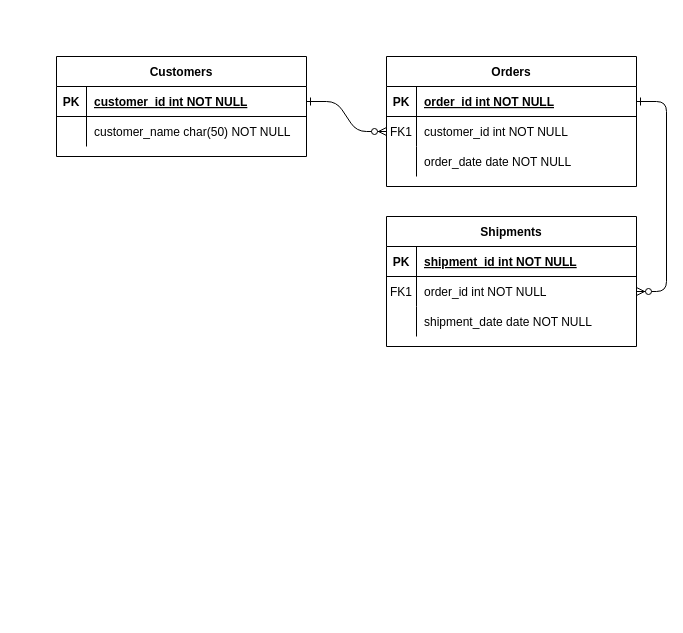
Before: Reservation.drawio in PenPeen/reservation, a draw.io diagram. Source tidied: cells renumbered, new cells numbered last; positions are measured from the earlier drawing's top-left corner, leaving out a move shared by most shapes. Both pictures are drawn from the tidied source at 100%, with x=0, y=0 at pixel (56, 56).
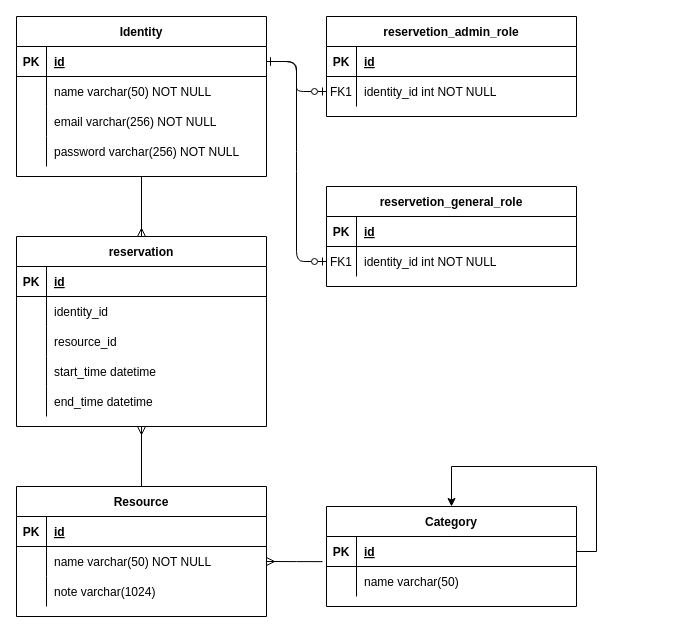
After the change.

Commit message:
:sparkles: ERD作成

Unchanged cells that the change refers to:
```xml
<mxCell id="5" style="shape=partialRectangle;fillColor=none;points=[[0,0.5],[1,0.5]];portConstraint=eastwest;top=0;left=0;right=0;bottom=1;" parent="4" vertex="1">
  <mxGeometry y="30" width="250" height="30" as="geometry" />
</mxCell>
<mxCell id="8" style="shape=partialRectangle;fillColor=none;points=[[0,0.5],[1,0.5]];portConstraint=eastwest;top=0;left=0;right=0;bottom=0;" parent="4" vertex="1">
  <mxGeometry y="60" width="250" height="30" as="geometry" />
</mxCell>
<mxCell id="15" style="shape=partialRectangle;fillColor=none;top=0;left=0;right=0;bottom=1;" parent="14" vertex="1">
  <mxGeometry y="30" width="250" height="30" as="geometry" />
</mxCell>
<mxCell id="18" style="shape=partialRectangle;fillColor=none;points=[[0,0.5],[1,0.5]];portConstraint=eastwest;top=0;left=0;right=0;bottom=0;" parent="14" vertex="1">
  <mxGeometry y="60" width="250" height="30" as="geometry" />
</mxCell>
<mxCell id="25" style="shape=partialRectangle;fillColor=none;points=[[0,0.5],[1,0.5]];portConstraint=eastwest;top=0;left=0;right=0;bottom=1;" parent="24" vertex="1">
  <mxGeometry y="30" width="250" height="30" as="geometry" />
</mxCell>
<mxCell id="28" style="shape=partialRectangle;fillColor=none;top=0;left=0;right=0;bottom=0;" parent="24" vertex="1">
  <mxGeometry y="60" width="250" height="30" as="geometry" />
</mxCell>
```

The edit, as a diff of the source:
```diff
@@
+    <mxCell id="31" style="edgeStyle=orthogonalEdgeStyle;rounded=0;jettySize=auto;html=1;exitX=1;exitY=0.5;exitDx=0;exitDy=0;entryX=0.5;entryY=0;entryDx=0;entryDy=0;" parent="1" edge="1" source="68" target="67">
+      <mxGeometry relative="1" as="geometry">
+        <Array as="points">
+          <mxPoint x="540" y="495" />
+          <mxPoint x="540" y="410" />
+          <mxPoint x="395" y="410" />
+        </Array>
+      </mxGeometry>
+    </mxCell>
-    <mxCell id="2" style="edgeStyle=entityRelationEdgeStyle;endArrow=ERzeroToMany;startArrow=ERone;endFill=1;startFill=0;" parent="1" edge="1" source="25" target="8">
+    <mxCell id="2" style="edgeStyle=entityRelationEdgeStyle;endArrow=ERzeroToOne;startArrow=ERone;endFill=0;startFill=0;" parent="1" edge="1" source="25" target="8">
       <mxGeometry relative="1" as="geometry" />
     </mxCell>
-    <mxCell id="3" style="edgeStyle=entityRelationEdgeStyle;endArrow=ERzeroToMany;startArrow=ERone;endFill=1;startFill=0;" parent="1" edge="1" source="5" target="18">
-      <mxGeometry relative="1" as="geometry" />
-    </mxCell>
-    <mxCell id="4" value="Orders" style="shape=table;startSize=30;childLayout=tableLayout;rowLines=0;fontStyle=1;align=center;" parent="1" vertex="1">
-      <mxGeometry x="330" width="250" height="130" as="geometry" />
+    <mxCell id="4" value="reservetion_admin_role" style="shape=table;startSize=30;childLayout=tableLayout;rowLines=0;fontStyle=1;align=center;" parent="1" vertex="1">
+      <mxGeometry x="270" y="-40" width="250" height="100" as="geometry" />
     </mxCell>
@@
-    <mxCell id="7" value="order_id int NOT NULL " style="shape=partialRectangle;overflow=hidden;fillColor=none;top=0;left=0;bottom=0;right=0;align=left;spacingLeft=6;fontStyle=5;" parent="5" vertex="1">
+    <mxCell id="7" value="id" style="shape=partialRectangle;overflow=hidden;fillColor=none;top=0;left=0;bottom=0;right=0;align=left;spacingLeft=6;fontStyle=5;" parent="5" vertex="1">
       <mxGeometry x="30" width="220" height="30" as="geometry" />
     </mxCell>
@@
-    <mxCell id="10" value="customer_id int NOT NULL" style="shape=partialRectangle;overflow=hidden;fillColor=none;top=0;left=0;bottom=0;right=0;align=left;spacingLeft=6;" parent="8" vertex="1">
+    <mxCell id="10" value="identity_id int NOT NULL" style="shape=partialRectangle;overflow=hidden;fillColor=none;top=0;left=0;bottom=0;right=0;align=left;spacingLeft=6;" parent="8" vertex="1">
       <mxGeometry x="30" width="220" height="30" as="geometry" />
     </mxCell>
-    <mxCell id="11" style="shape=partialRectangle;fillColor=none;top=0;left=0;right=0;bottom=0;" parent="4" vertex="1">
-      <mxGeometry y="90" width="250" height="30" as="geometry" />
-    </mxCell>
-    <mxCell id="12" style="shape=partialRectangle;overflow=hidden;fillColor=none;top=0;left=0;bottom=0;right=0;" parent="11" vertex="1">
-      <mxGeometry width="30" height="30" as="geometry" />
-    </mxCell>
-    <mxCell id="13" value="order_date date NOT NULL" style="shape=partialRectangle;overflow=hidden;fillColor=none;top=0;left=0;bottom=0;right=0;align=left;spacingLeft=6;" parent="11" vertex="1">
-      <mxGeometry x="30" width="220" height="30" as="geometry" />
-    </mxCell>
-    <mxCell id="14" value="Shipments" style="shape=table;startSize=30;childLayout=tableLayout;rowLines=0;fontStyle=1;align=center;" parent="1" vertex="1">
-      <mxGeometry x="330" y="160" width="250" height="130" as="geometry" />
+    <mxCell id="14" value="reservetion_general_role" style="shape=table;startSize=30;childLayout=tableLayout;rowLines=0;fontStyle=1;align=center;" parent="1" vertex="1">
+      <mxGeometry x="270" y="130" width="250" height="100" as="geometry" />
     </mxCell>
@@
-    <mxCell id="17" value="shipment_id int NOT NULL " style="shape=partialRectangle;overflow=hidden;fillColor=none;top=0;left=0;bottom=0;right=0;align=left;spacingLeft=6;fontStyle=5;" parent="15" vertex="1">
+    <mxCell id="17" value="id" style="shape=partialRectangle;overflow=hidden;fillColor=none;top=0;left=0;bottom=0;right=0;align=left;spacingLeft=6;fontStyle=5;" parent="15" vertex="1">
       <mxGeometry x="30" width="220" height="30" as="geometry" />
     </mxCell>
@@
-    <mxCell id="20" value="order_id int NOT NULL" style="shape=partialRectangle;overflow=hidden;fillColor=none;top=0;left=0;bottom=0;right=0;align=left;spacingLeft=6;" parent="18" vertex="1">
+    <mxCell id="20" value="identity_id int NOT NULL" style="shape=partialRectangle;overflow=hidden;fillColor=none;top=0;left=0;bottom=0;right=0;align=left;spacingLeft=6;" parent="18" vertex="1">
       <mxGeometry x="30" width="220" height="30" as="geometry" />
     </mxCell>
-    <mxCell id="21" style="shape=partialRectangle;fillColor=none;top=0;left=0;right=0;bottom=0;" parent="14" vertex="1">
-      <mxGeometry y="90" width="250" height="30" as="geometry" />
-    </mxCell>
-    <mxCell id="22" style="shape=partialRectangle;overflow=hidden;fillColor=none;top=0;left=0;bottom=0;right=0;" parent="21" vertex="1">
-      <mxGeometry width="30" height="30" as="geometry" />
-    </mxCell>
-    <mxCell id="23" value="shipment_date date NOT NULL" style="shape=partialRectangle;overflow=hidden;fillColor=none;top=0;left=0;bottom=0;right=0;align=left;spacingLeft=6;" parent="21" vertex="1">
-      <mxGeometry x="30" width="220" height="30" as="geometry" />
-    </mxCell>
+    <mxCell id="32" style="edgeStyle=orthogonalEdgeStyle;rounded=0;jettySize=auto;html=1;exitX=0.5;exitY=1;exitDx=0;exitDy=0;entryX=0.5;entryY=0;entryDx=0;entryDy=0;endArrow=ERmany;endFill=0;" parent="1" edge="1" source="24" target="50">
+      <mxGeometry relative="1" as="geometry" />
+    </mxCell>
-    <mxCell id="24" value="Customers" style="shape=table;startSize=30;childLayout=tableLayout;rowLines=0;fontStyle=1;align=center;" parent="1" vertex="1">
-      <mxGeometry width="250" height="100" as="geometry" />
+    <mxCell id="24" value="Identity" style="shape=table;startSize=30;childLayout=tableLayout;rowLines=0;fontStyle=1;align=center;" parent="1" vertex="1">
+      <mxGeometry x="-40" y="-40" width="250" height="160" as="geometry" />
     </mxCell>
@@
-    <mxCell id="27" value="customer_id int NOT NULL " style="shape=partialRectangle;overflow=hidden;fillColor=none;top=0;left=0;bottom=0;right=0;align=left;spacingLeft=6;fontStyle=5;" parent="25" vertex="1">
+    <mxCell id="27" value="id" style="shape=partialRectangle;overflow=hidden;fillColor=none;top=0;left=0;bottom=0;right=0;align=left;spacingLeft=6;fontStyle=5;" parent="25" vertex="1">
       <mxGeometry x="30" width="220" height="30" as="geometry" />
     </mxCell>
@@
-    <mxCell id="30" value="customer_name char(50) NOT NULL" style="shape=partialRectangle;overflow=hidden;fillColor=none;top=0;left=0;bottom=0;right=0;align=left;spacingLeft=6;" parent="28" vertex="1">
+    <mxCell id="30" value="name varchar(50) NOT NULL" style="shape=partialRectangle;overflow=hidden;fillColor=none;top=0;left=0;bottom=0;right=0;align=left;spacingLeft=6;" parent="28" vertex="1">
       <mxGeometry x="30" width="220" height="30" as="geometry" />
     </mxCell>
+    <mxCell id="33" style="shape=partialRectangle;fillColor=none;top=0;left=0;right=0;bottom=0;" parent="24" vertex="1">
+      <mxGeometry y="90" width="250" height="30" as="geometry" />
+    </mxCell>
+    <mxCell id="34" style="shape=partialRectangle;overflow=hidden;fillColor=none;top=0;left=0;bottom=0;right=0;" parent="33" vertex="1">
+      <mxGeometry width="30" height="30" as="geometry" />
+    </mxCell>
+    <mxCell id="35" value="email varchar(256) NOT NULL" style="shape=partialRectangle;overflow=hidden;fillColor=none;top=0;left=0;bottom=0;right=0;align=left;spacingLeft=6;" parent="33" vertex="1">
+      <mxGeometry x="30" width="220" height="30" as="geometry" />
+    </mxCell>
+    <mxCell id="36" style="shape=partialRectangle;fillColor=none;top=0;left=0;right=0;bottom=0;" parent="24" vertex="1">
+      <mxGeometry y="120" width="250" height="30" as="geometry" />
+    </mxCell>
+    <mxCell id="37" style="shape=partialRectangle;overflow=hidden;fillColor=none;top=0;left=0;bottom=0;right=0;" parent="36" vertex="1">
+      <mxGeometry width="30" height="30" as="geometry" />
+    </mxCell>
+    <mxCell id="38" value="password varchar(256) NOT NULL" style="shape=partialRectangle;overflow=hidden;fillColor=none;top=0;left=0;bottom=0;right=0;align=left;spacingLeft=6;" parent="36" vertex="1">
+      <mxGeometry x="30" width="220" height="30" as="geometry" />
+    </mxCell>
+    <mxCell id="39" style="edgeStyle=entityRelationEdgeStyle;endArrow=ERzeroToOne;startArrow=ERone;endFill=0;startFill=0;exitX=1;exitY=0.5;exitDx=0;exitDy=0;entryX=0;entryY=0.5;entryDx=0;entryDy=0;" parent="1" edge="1" source="25" target="18">
+      <mxGeometry relative="1" as="geometry" />
+    </mxCell>
+    <mxCell id="40" value="Resource" style="shape=table;startSize=30;childLayout=tableLayout;rowLines=0;fontStyle=1;align=center;" parent="1" vertex="1">
+      <mxGeometry x="-40" y="430" width="250" height="130" as="geometry" />
+    </mxCell>
+    <mxCell id="41" style="shape=partialRectangle;fillColor=none;top=0;left=0;right=0;bottom=1;" parent="40" vertex="1">
+      <mxGeometry y="30" width="250" height="30" as="geometry" />
+    </mxCell>
+    <mxCell id="42" value="PK" style="shape=partialRectangle;overflow=hidden;fillColor=none;top=0;left=0;bottom=0;right=0;fontStyle=1;" parent="41" vertex="1">
+      <mxGeometry width="30" height="30" as="geometry" />
+    </mxCell>
+    <mxCell id="43" value="id" style="shape=partialRectangle;overflow=hidden;fillColor=none;top=0;left=0;bottom=0;right=0;align=left;spacingLeft=6;fontStyle=5;" parent="41" vertex="1">
+      <mxGeometry x="30" width="220" height="30" as="geometry" />
+    </mxCell>
+    <mxCell id="44" style="shape=partialRectangle;fillColor=none;points=[[0,0.5],[1,0.5]];portConstraint=eastwest;top=0;left=0;right=0;bottom=0;" parent="40" vertex="1">
+      <mxGeometry y="60" width="250" height="30" as="geometry" />
+    </mxCell>
+    <mxCell id="45" style="shape=partialRectangle;overflow=hidden;fillColor=none;top=0;left=0;bottom=0;right=0;" parent="44" vertex="1">
+      <mxGeometry width="30" height="30" as="geometry" />
+    </mxCell>
+    <mxCell id="46" value="name varchar(50) NOT NULL" style="shape=partialRectangle;overflow=hidden;fillColor=none;top=0;left=0;bottom=0;right=0;align=left;spacingLeft=6;" parent="44" vertex="1">
+      <mxGeometry x="30" width="220" height="30" as="geometry" />
+    </mxCell>
+    <mxCell id="47" style="shape=partialRectangle;fillColor=none;top=0;left=0;right=0;bottom=0;" parent="40" vertex="1">
+      <mxGeometry y="90" width="250" height="30" as="geometry" />
+    </mxCell>
+    <mxCell id="48" style="shape=partialRectangle;overflow=hidden;fillColor=none;top=0;left=0;bottom=0;right=0;" parent="47" vertex="1">
+      <mxGeometry width="30" height="30" as="geometry" />
+    </mxCell>
+    <mxCell id="49" value="note varchar(1024) " style="shape=partialRectangle;overflow=hidden;fillColor=none;top=0;left=0;bottom=0;right=0;align=left;spacingLeft=6;" parent="47" vertex="1">
+      <mxGeometry x="30" width="220" height="30" as="geometry" />
+    </mxCell>
+    <mxCell id="50" value="reservation" style="shape=table;startSize=30;childLayout=tableLayout;rowLines=0;fontStyle=1;align=center;" parent="1" vertex="1">
+      <mxGeometry x="-40" y="180" width="250" height="190" as="geometry" />
+    </mxCell>
+    <mxCell id="51" style="shape=partialRectangle;fillColor=none;top=0;left=0;right=0;bottom=1;" parent="50" vertex="1">
+      <mxGeometry y="30" width="250" height="30" as="geometry" />
+    </mxCell>
+    <mxCell id="52" value="PK" style="shape=partialRectangle;overflow=hidden;fillColor=none;top=0;left=0;bottom=0;right=0;fontStyle=1;" parent="51" vertex="1">
+      <mxGeometry width="30" height="30" as="geometry" />
+    </mxCell>
+    <mxCell id="53" value="id" style="shape=partialRectangle;overflow=hidden;fillColor=none;top=0;left=0;bottom=0;right=0;align=left;spacingLeft=6;fontStyle=5;" parent="51" vertex="1">
+      <mxGeometry x="30" width="220" height="30" as="geometry" />
+    </mxCell>
+    <mxCell id="54" style="shape=partialRectangle;fillColor=none;top=0;left=0;right=0;bottom=0;" parent="50" vertex="1">
+      <mxGeometry y="60" width="250" height="30" as="geometry" />
+    </mxCell>
+    <mxCell id="55" style="shape=partialRectangle;overflow=hidden;fillColor=none;top=0;left=0;bottom=0;right=0;" parent="54" vertex="1">
+      <mxGeometry width="30" height="30" as="geometry" />
+    </mxCell>
+    <mxCell id="56" value="identity_id" style="shape=partialRectangle;overflow=hidden;fillColor=none;top=0;left=0;bottom=0;right=0;align=left;spacingLeft=6;" parent="54" vertex="1">
+      <mxGeometry x="30" width="220" height="30" as="geometry" />
+    </mxCell>
+    <mxCell id="57" style="shape=partialRectangle;fillColor=none;top=0;left=0;right=0;bottom=0;" parent="50" vertex="1">
+      <mxGeometry y="90" width="250" height="30" as="geometry" />
+    </mxCell>
+    <mxCell id="58" style="shape=partialRectangle;overflow=hidden;fillColor=none;top=0;left=0;bottom=0;right=0;" parent="57" vertex="1">
+      <mxGeometry width="30" height="30" as="geometry" />
+    </mxCell>
+    <mxCell id="59" value="resource_id" style="shape=partialRectangle;overflow=hidden;fillColor=none;top=0;left=0;bottom=0;right=0;align=left;spacingLeft=6;" parent="57" vertex="1">
+      <mxGeometry x="30" width="220" height="30" as="geometry" />
+    </mxCell>
+    <mxCell id="60" style="shape=partialRectangle;fillColor=none;top=0;left=0;right=0;bottom=0;" parent="50" vertex="1">
+      <mxGeometry y="120" width="250" height="30" as="geometry" />
+    </mxCell>
+    <mxCell id="61" style="shape=partialRectangle;overflow=hidden;fillColor=none;top=0;left=0;bottom=0;right=0;" parent="60" vertex="1">
+      <mxGeometry width="30" height="30" as="geometry" />
+    </mxCell>
+    <mxCell id="62" value="start_time datetime" style="shape=partialRectangle;overflow=hidden;fillColor=none;top=0;left=0;bottom=0;right=0;align=left;spacingLeft=6;" parent="60" vertex="1">
+      <mxGeometry x="30" width="220" height="30" as="geometry" />
+    </mxCell>
+    <mxCell id="63" style="shape=partialRectangle;fillColor=none;top=0;left=0;right=0;bottom=0;" parent="50" vertex="1">
+      <mxGeometry y="150" width="250" height="30" as="geometry" />
+    </mxCell>
+    <mxCell id="64" style="shape=partialRectangle;overflow=hidden;fillColor=none;top=0;left=0;bottom=0;right=0;" parent="63" vertex="1">
+      <mxGeometry width="30" height="30" as="geometry" />
+    </mxCell>
+    <mxCell id="65" value="end_time datetime" style="shape=partialRectangle;overflow=hidden;fillColor=none;top=0;left=0;bottom=0;right=0;align=left;spacingLeft=6;" parent="63" vertex="1">
+      <mxGeometry x="30" width="220" height="30" as="geometry" />
+    </mxCell>
+    <mxCell id="66" style="edgeStyle=orthogonalEdgeStyle;rounded=0;jettySize=auto;html=1;exitX=0.5;exitY=0;exitDx=0;exitDy=0;endArrow=ERmany;endFill=0;entryX=0.5;entryY=1;entryDx=0;entryDy=0;" parent="1" edge="1" source="40" target="50">
+      <mxGeometry relative="1" as="geometry" />
+    </mxCell>
+    <mxCell id="67" value="Category" style="shape=table;startSize=30;childLayout=tableLayout;rowLines=0;fontStyle=1;align=center;" parent="1" vertex="1">
+      <mxGeometry x="270" y="450" width="250" height="100" as="geometry" />
+    </mxCell>
+    <mxCell id="68" style="shape=partialRectangle;fillColor=none;points=[[0,0.5],[1,0.5]];portConstraint=eastwest;top=0;left=0;right=0;bottom=1;" parent="67" vertex="1">
+      <mxGeometry y="30" width="250" height="30" as="geometry" />
+    </mxCell>
+    <mxCell id="69" value="PK" style="shape=partialRectangle;overflow=hidden;fillColor=none;top=0;left=0;bottom=0;right=0;fontStyle=1;" parent="68" vertex="1">
+      <mxGeometry width="30" height="30" as="geometry" />
+    </mxCell>
+    <mxCell id="70" value="id" style="shape=partialRectangle;overflow=hidden;fillColor=none;top=0;left=0;bottom=0;right=0;align=left;spacingLeft=6;fontStyle=5;" parent="68" vertex="1">
+      <mxGeometry x="30" width="220" height="30" as="geometry" />
+    </mxCell>
+    <mxCell id="71" style="shape=partialRectangle;fillColor=none;top=0;left=0;right=0;bottom=0;" parent="67" vertex="1">
+      <mxGeometry y="60" width="250" height="30" as="geometry" />
+    </mxCell>
+    <mxCell id="72" style="shape=partialRectangle;overflow=hidden;fillColor=none;top=0;left=0;bottom=0;right=0;" parent="71" vertex="1">
+      <mxGeometry width="30" height="30" as="geometry" />
+    </mxCell>
+    <mxCell id="73" value="name varchar(50)" style="shape=partialRectangle;overflow=hidden;fillColor=none;top=0;left=0;bottom=0;right=0;align=left;spacingLeft=6;" parent="71" vertex="1">
+      <mxGeometry x="30" width="220" height="30" as="geometry" />
+    </mxCell>
+    <mxCell id="74" style="edgeStyle=orthogonalEdgeStyle;rounded=0;jettySize=auto;html=1;endArrow=ERmany;endFill=0;entryX=1;entryY=0.5;entryDx=0;entryDy=0;exitX=-0.016;exitY=0.837;exitDx=0;exitDy=0;exitPerimeter=0;" parent="1" edge="1" source="68" target="44">
+      <mxGeometry relative="1" as="geometry" />
+    </mxCell>
```
